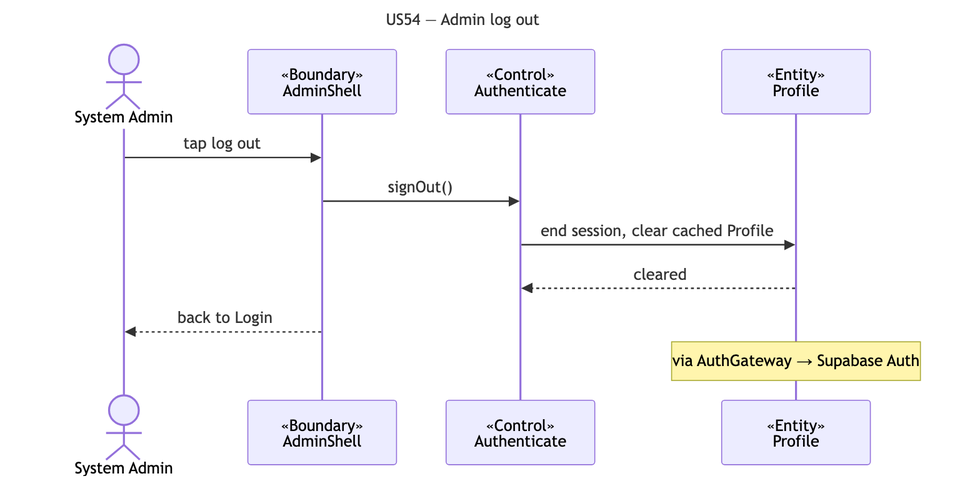
Above: docs/deliverables/sequence-diagrams/US54-admin-logout.png in cyuanjun/FYP-26-S2-37-app (Mermaid), before the change. Its source is kept beside it as docs/deliverables/sequence-diagrams/src/US54-admin-logout.mmd.
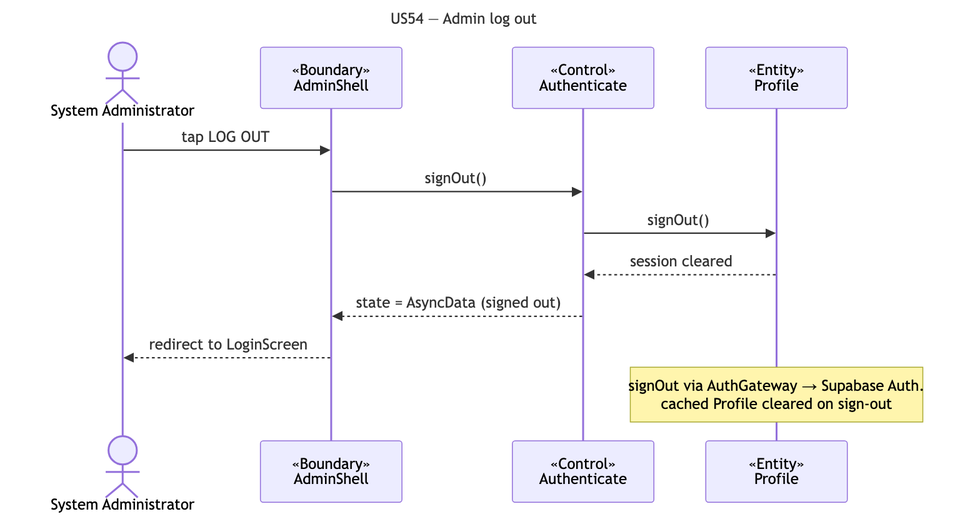
Later version of the same file.

What changed in the source:
```diff
@@ -2,13 +2,14 @@
 title: "US54 — Admin log out"
 ---
 sequenceDiagram
-  actor A as System Admin
+  actor A as System Administrator
   participant B as «Boundary»<br/>AdminShell
   participant C as «Control»<br/>Authenticate
   participant E as «Entity»<br/>Profile
-  A->>B: tap log out
+  A->>B: tap LOG OUT
   B->>C: signOut()
-  C->>E: end session, clear cached Profile
-  E-->>C: cleared
-  B-->>A: back to Login
-  note over E: via AuthGateway → Supabase Auth
+  C->>E: signOut()
+  E-->>C: session cleared
+  C-->>B: state = AsyncData (signed out)
+  B-->>A: redirect to LoginScreen
+  note over E: signOut via AuthGateway → Supabase Auth.<br/>cached Profile cleared on sign-out
```
